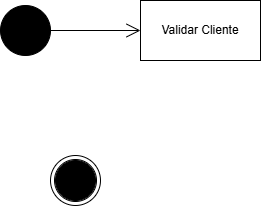
Above: APOO/diagrama_atividade/01_atividade/sistema_aluguel_carros.drawio.png in joao-marcos-azvd/Estudos-de-programacao (draw.io), before the change. Source tidied: cells renumbered, new cells last; positions are measured from the earlier drawing's top-left corner, leaving out a move shared by most shapes.
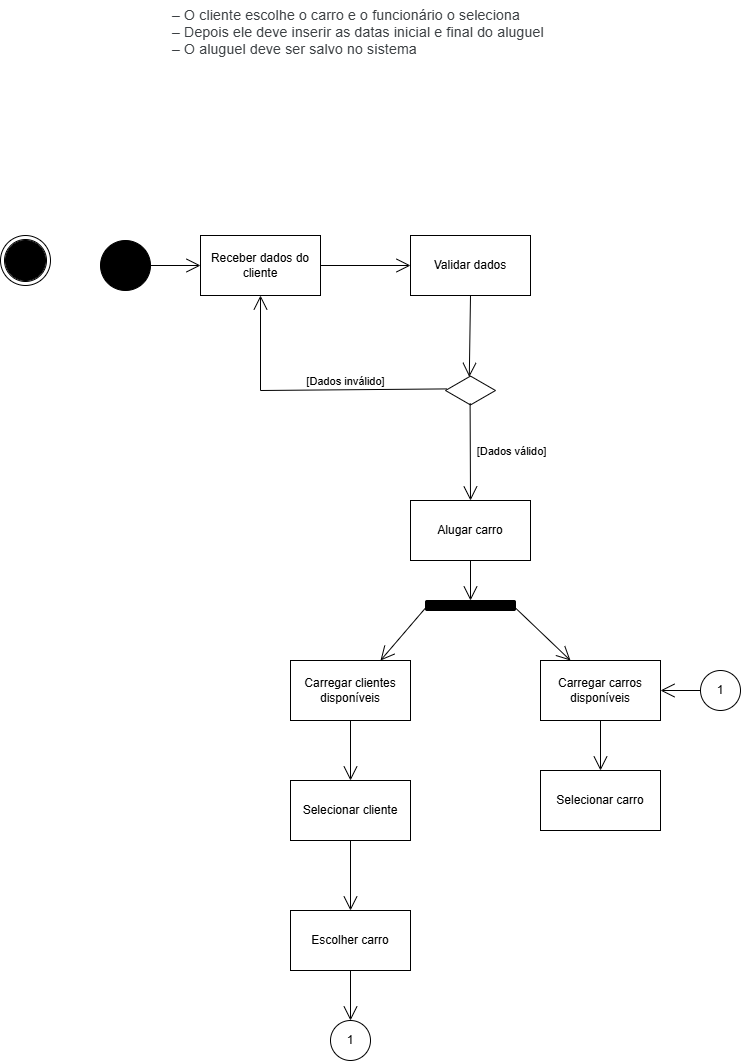
Later version of the same file.

The edit, as a diff of the source:
```diff
@@ -3,19 +3,103 @@
     <mxCell id="0" />
     <mxCell id="1" parent="0" />
     <mxCell id="2" style="ellipse;shape=doubleEllipse;whiteSpace=wrap;html=1;" parent="1" vertex="1">
-      <mxGeometry x="50" y="155" width="50" height="50" as="geometry" />
+      <mxGeometry x="-100" width="50" height="50" as="geometry" />
     </mxCell>
     <mxCell id="3" style="ellipse;shape=doubleEllipse;whiteSpace=wrap;html=1;fillColor=#000000;" parent="1" vertex="1">
-      <mxGeometry x="55" y="160" width="40" height="40" as="geometry" />
+      <mxGeometry x="-95" y="5" width="40" height="40" as="geometry" />
     </mxCell>
     <mxCell id="4" style="ellipse;shape=doubleEllipse;whiteSpace=wrap;html=1;fillColor=#000000;" parent="1" vertex="1">
       <mxGeometry y="5" width="50" height="50" as="geometry" />
     </mxCell>
-    <mxCell id="5" value="Validar Cliente" style="rounded=0;whiteSpace=wrap;html=1;" parent="1" vertex="1">
-      <mxGeometry x="140" width="120" height="60" as="geometry" />
+    <mxCell id="5" value="Receber dados do cliente" style="rounded=0;whiteSpace=wrap;html=1;" parent="1" vertex="1">
+      <mxGeometry x="100" width="120" height="60" as="geometry" />
     </mxCell>
     <mxCell id="6" style="endArrow=open;endFill=1;endSize=12;html=1;rounded=0;exitX=1;exitY=0.5;exitDx=0;exitDy=0;entryX=0;entryY=0.5;entryDx=0;entryDy=0;" parent="1" edge="1" source="4" target="5">
       <mxGeometry relative="1" as="geometry" />
     </mxCell>
+    <mxCell id="7" value="&lt;span style=&quot;color: rgb(60, 64, 67); font-family: Roboto, Arial, sans-serif; font-size: 14px; font-style: normal; font-variant-ligatures: normal; font-variant-caps: normal; font-weight: 400; letter-spacing: 0.2px; orphans: 2; text-align: start; text-indent: 0px; text-transform: none; widows: 2; word-spacing: 0px; -webkit-text-stroke-width: 0px; white-space: normal; text-decoration-thickness: initial; text-decoration-style: initial; text-decoration-color: initial; display: inline !important; float: none;&quot;&gt;– O cliente escolhe o carro e o funcionário o seleciona&amp;nbsp;&lt;/span&gt;&lt;br style=&quot;-webkit-tap-highlight-color: transparent; color: rgb(60, 64, 67); font-family: Roboto, Arial, sans-serif; font-size: 14px; font-style: normal; font-variant-ligatures: normal; font-variant-caps: normal; font-weight: 400; letter-spacing: 0.2px; orphans: 2; text-align: start; text-indent: 0px; text-transform: none; widows: 2; word-spacing: 0px; -webkit-text-stroke-width: 0px; white-space: normal; text-decoration-thickness: initial; text-decoration-style: initial; text-decoration-color: initial;&quot;&gt;&lt;span style=&quot;color: rgb(60, 64, 67); font-family: Roboto, Arial, sans-serif; font-size: 14px; font-style: normal; font-variant-ligatures: normal; font-variant-caps: normal; font-weight: 400; letter-spacing: 0.2px; orphans: 2; text-align: start; text-indent: 0px; text-transform: none; widows: 2; word-spacing: 0px; -webkit-text-stroke-width: 0px; white-space: normal; text-decoration-thickness: initial; text-decoration-style: initial; text-decoration-color: initial; display: inline !important; float: none;&quot;&gt;– Depois ele deve inserir as datas inicial e final do aluguel&amp;nbsp;&lt;/span&gt;&lt;br style=&quot;-webkit-tap-highlight-color: transparent; color: rgb(60, 64, 67); font-family: Roboto, Arial, sans-serif; font-size: 14px; font-style: normal; font-variant-ligatures: normal; font-variant-caps: normal; font-weight: 400; letter-spacing: 0.2px; orphans: 2; text-align: start; text-indent: 0px; text-transform: none; widows: 2; word-spacing: 0px; -webkit-text-stroke-width: 0px; white-space: normal; text-decoration-thickness: initial; text-decoration-style: initial; text-decoration-color: initial;&quot;&gt;&lt;span style=&quot;color: rgb(60, 64, 67); font-family: Roboto, Arial, sans-serif; font-size: 14px; font-style: normal; font-variant-ligatures: normal; font-variant-caps: normal; font-weight: 400; letter-spacing: 0.2px; orphans: 2; text-align: start; text-indent: 0px; text-transform: none; widows: 2; word-spacing: 0px; -webkit-text-stroke-width: 0px; white-space: normal; text-decoration-thickness: initial; text-decoration-style: initial; text-decoration-color: initial; display: inline !important; float: none;&quot;&gt;– O aluguel deve ser salvo no sistema&lt;/span&gt;" style="text;whiteSpace=wrap;html=1;" parent="1" vertex="1">
+      <mxGeometry x="70" y="-235" width="410" height="140" as="geometry" />
+    </mxCell>
+    <mxCell id="8" value="Validar dados" style="rounded=0;whiteSpace=wrap;html=1;" parent="1" vertex="1">
+      <mxGeometry x="310" width="120" height="60" as="geometry" />
+    </mxCell>
+    <mxCell id="9" style="endArrow=open;endFill=1;endSize=12;html=1;rounded=0;entryX=0;entryY=0.5;entryDx=0;entryDy=0;exitX=1;exitY=0.5;exitDx=0;exitDy=0;" parent="1" edge="1" source="5" target="8">
+      <mxGeometry relative="1" as="geometry" />
+    </mxCell>
+    <mxCell id="10" style="html=1;whiteSpace=wrap;shape=isoRectangle;" parent="1" vertex="1">
+      <mxGeometry x="345" y="140" width="50" height="30" as="geometry" />
+    </mxCell>
+    <mxCell id="11" style="endArrow=open;endFill=1;endSize=12;html=1;rounded=0;entryX=0.476;entryY=0.047;entryDx=0;entryDy=0;exitX=0.5;exitY=1;exitDx=0;exitDy=0;entryPerimeter=0;" parent="1" edge="1" source="8" target="10">
+      <mxGeometry relative="1" as="geometry" />
+    </mxCell>
+    <mxCell id="12" style="endArrow=open;endFill=1;endSize=12;html=1;rounded=0;entryX=0.5;entryY=1;entryDx=0;entryDy=0;exitX=0.028;exitY=0.447;exitDx=0;exitDy=0;exitPerimeter=0;" parent="1" edge="1" source="10" target="5">
+      <mxGeometry relative="1" as="geometry">
+        <Array as="points">
+          <mxPoint x="160" y="155" />
+        </Array>
+      </mxGeometry>
+    </mxCell>
+    <mxCell id="13" value="[Dados inválido]" style="edgeLabel;html=1;align=center;verticalAlign=middle;" parent="12" vertex="1">
+      <mxGeometry x="-0.27" y="2" relative="1" as="geometry">
+        <mxPoint x="1" y="-11" as="offset" />
+      </mxGeometry>
+    </mxCell>
+    <mxCell id="14" style="endArrow=open;endFill=1;endSize=12;html=1;rounded=0;exitX=0.492;exitY=0.927;exitDx=0;exitDy=0;exitPerimeter=0;entryX=0.5;entryY=0;entryDx=0;entryDy=0;" parent="1" edge="1" source="10" target="16">
+      <mxGeometry relative="1" as="geometry" />
+    </mxCell>
+    <mxCell id="15" value="[Dados válido]" style="edgeLabel;html=1;align=center;verticalAlign=middle;" parent="1" vertex="1">
+      <mxGeometry x="410" y="215" as="geometry" />
+    </mxCell>
+    <mxCell id="16" value="Alugar carro" style="rounded=0;whiteSpace=wrap;html=1;" parent="1" vertex="1">
+      <mxGeometry x="310" y="265" width="120" height="60" as="geometry" />
+    </mxCell>
+    <mxCell id="17" value="Carregar clientes disponíveis" style="rounded=0;whiteSpace=wrap;html=1;" parent="1" vertex="1">
+      <mxGeometry x="190" y="425" width="120" height="60" as="geometry" />
+    </mxCell>
+    <mxCell id="18" value="Carregar carros disponíveis" style="rounded=0;whiteSpace=wrap;html=1;" parent="1" vertex="1">
+      <mxGeometry x="440" y="425" width="120" height="60" as="geometry" />
+    </mxCell>
+    <mxCell id="19" style="rounded=1;whiteSpace=wrap;html=1;fillColor=#000000;" parent="1" vertex="1">
+      <mxGeometry x="325" y="365" width="90" height="10" as="geometry" />
+    </mxCell>
+    <mxCell id="20" style="endArrow=open;endFill=1;endSize=12;html=1;rounded=0;entryX=0.5;entryY=0;entryDx=0;entryDy=0;exitX=0.5;exitY=1;exitDx=0;exitDy=0;" parent="1" edge="1" source="16" target="19">
+      <mxGeometry relative="1" as="geometry" />
+    </mxCell>
+    <mxCell id="21" style="endArrow=open;endFill=1;endSize=12;html=1;rounded=0;entryX=0.75;entryY=0;entryDx=0;entryDy=0;exitX=0;exitY=0.75;exitDx=0;exitDy=0;" parent="1" edge="1" source="19" target="17">
+      <mxGeometry relative="1" as="geometry" />
+    </mxCell>
+    <mxCell id="22" style="endArrow=open;endFill=1;endSize=12;html=1;rounded=0;entryX=0.25;entryY=0;entryDx=0;entryDy=0;exitX=1;exitY=0.75;exitDx=0;exitDy=0;" parent="1" edge="1" source="19" target="18">
+      <mxGeometry relative="1" as="geometry" />
+    </mxCell>
+    <mxCell id="23" value="Selecionar cliente" style="rounded=0;whiteSpace=wrap;html=1;" parent="1" vertex="1">
+      <mxGeometry x="190" y="545" width="120" height="60" as="geometry" />
+    </mxCell>
+    <mxCell id="24" style="endArrow=open;endFill=1;endSize=12;html=1;rounded=0;entryX=0.5;entryY=0;entryDx=0;entryDy=0;exitX=0.5;exitY=1;exitDx=0;exitDy=0;" parent="1" edge="1" source="17" target="23">
+      <mxGeometry relative="1" as="geometry" />
+    </mxCell>
+    <mxCell id="25" value="Escolher carro" style="rounded=0;whiteSpace=wrap;html=1;" parent="1" vertex="1">
+      <mxGeometry x="190" y="675" width="120" height="60" as="geometry" />
+    </mxCell>
+    <mxCell id="26" style="endArrow=open;endFill=1;endSize=12;html=1;rounded=0;entryX=0.5;entryY=0;entryDx=0;entryDy=0;exitX=0.5;exitY=1;exitDx=0;exitDy=0;" parent="1" edge="1" source="23" target="25">
+      <mxGeometry relative="1" as="geometry" />
+    </mxCell>
+    <mxCell id="27" style="endArrow=open;endFill=1;endSize=12;html=1;rounded=0;exitX=0.5;exitY=1;exitDx=0;exitDy=0;entryX=0.5;entryY=0;entryDx=0;entryDy=0;" parent="1" edge="1" source="25" target="28">
+      <mxGeometry relative="1" as="geometry" />
+    </mxCell>
+    <mxCell id="28" value="1" style="ellipse;whiteSpace=wrap;html=1;" parent="1" vertex="1">
+      <mxGeometry x="230" y="785" width="40" height="40" as="geometry" />
+    </mxCell>
+    <mxCell id="29" value="1" style="ellipse;whiteSpace=wrap;html=1;" parent="1" vertex="1">
+      <mxGeometry x="600" y="435" width="40" height="40" as="geometry" />
+    </mxCell>
+    <mxCell id="30" style="endArrow=open;endFill=1;endSize=12;html=1;rounded=0;exitX=0;exitY=0.5;exitDx=0;exitDy=0;entryX=1;entryY=0.5;entryDx=0;entryDy=0;" parent="1" edge="1" source="29" target="18">
+      <mxGeometry relative="1" as="geometry" />
+    </mxCell>
+    <mxCell id="31" value="Selecionar carro" style="rounded=0;whiteSpace=wrap;html=1;" parent="1" vertex="1">
+      <mxGeometry x="440" y="535" width="120" height="60" as="geometry" />
+    </mxCell>
+    <mxCell id="32" style="endArrow=open;endFill=1;endSize=12;html=1;rounded=0;entryX=0.5;entryY=0;entryDx=0;entryDy=0;exitX=0.5;exitY=1;exitDx=0;exitDy=0;" parent="1" edge="1" source="18" target="31">
+      <mxGeometry relative="1" as="geometry" />
+    </mxCell>
   </root>
 </mxGraphModel>
```
